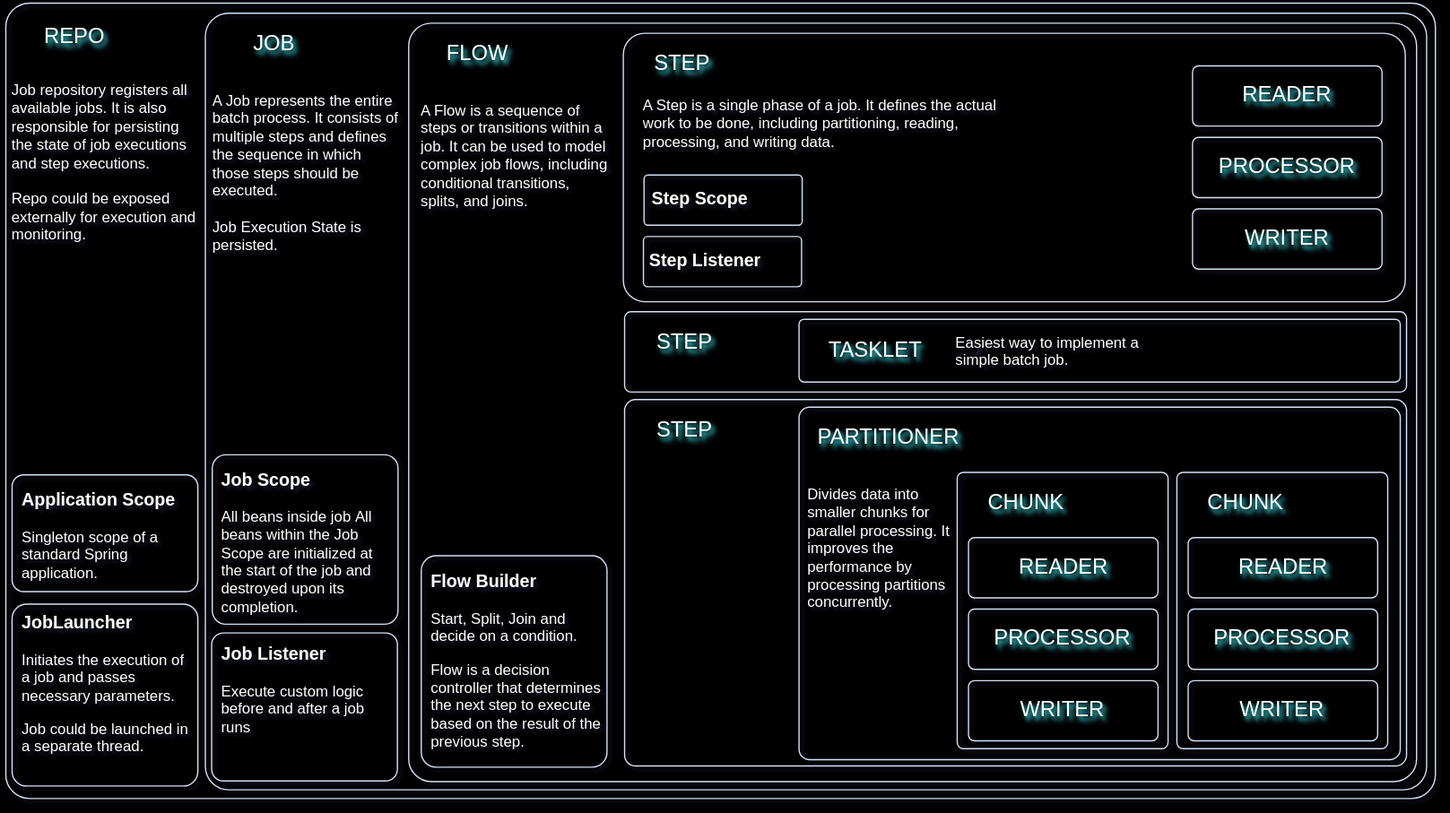
This is public/images/spring-batch-design.drawio.svg from gsaukov/spring-batch-demo, a draw.io export, as it was before one commit. Source tidied: cells renumbered, new cells last; positions are measured from the earlier drawing's top-left corner, leaving out a move shared by most shapes.
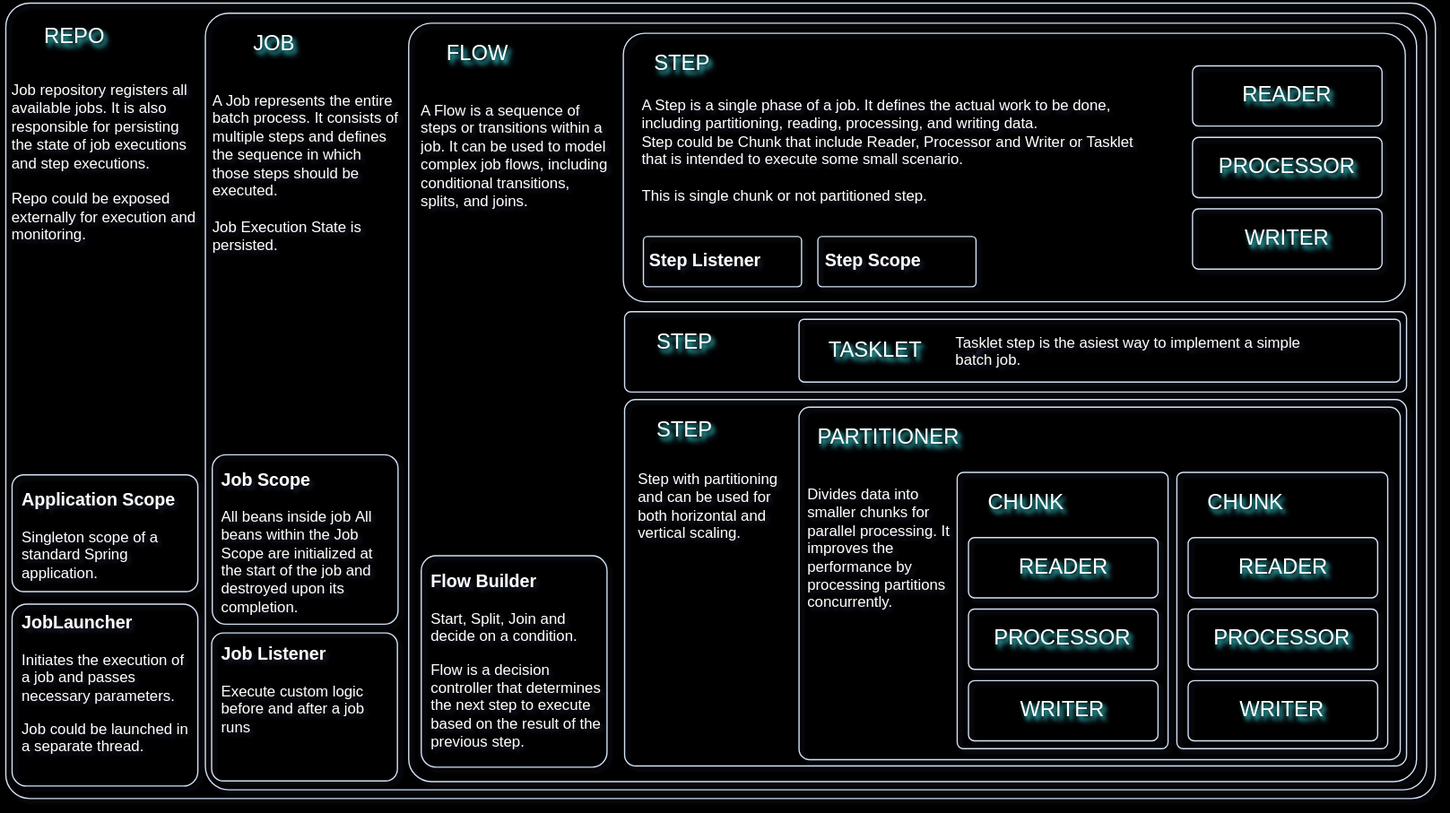
Later version of the same file.

The edit, as a diff of the source:
```diff
@@ -2,6 +2,9 @@
   <root>
     <mxCell id="0" />
     <mxCell id="1" parent="0" />
+    <mxCell id="54" style="rounded=1;whiteSpace=wrap;html=1;shadow=0;arcSize=8;fillColor=none;glass=0;perimeterSpacing=0;labelBorderColor=none;shadowOffsetX=2;shadowOpacity=80;shadowColor=#33FFFF;strokeColor=#D4E1F5;strokeWidth=1;shadowBlur=1;" parent="1" vertex="1">
+      <mxGeometry x="492" y="24" width="623" height="214" as="geometry" />
+    </mxCell>
     <mxCell id="2" style="rounded=1;whiteSpace=wrap;html=1;shadow=0;arcSize=3;fillColor=none;glass=0;perimeterSpacing=0;labelBorderColor=none;shadowOffsetX=2;shadowOpacity=80;shadowColor=#33FFFF;strokeColor=#D4E1F5;strokeWidth=1;shadowBlur=1;shadowOffsetY=2;" parent="1" vertex="1">
       <mxGeometry width="1139" height="634" as="geometry" />
     </mxCell>
@@ -77,8 +80,8 @@
     <mxCell id="26" value="TASKLET" style="text;html=1;strokeColor=none;fillColor=none;align=center;verticalAlign=middle;whiteSpace=wrap;rounded=0;shadow=1;sketch=0;shadowColor=#33FFFF;textShadow=1;fontColor=#FFFFFF;shadowOpacity=80;fontSize=17;" parent="21" vertex="1">
       <mxGeometry x="146.5" y="6" width="119.5" height="50" as="geometry" />
     </mxCell>
-    <mxCell id="27" value="&lt;p style=&quot;margin-top: 0px; margin-bottom: 0px;&quot;&gt;Easiest way to implement a simple batch job.&lt;/p&gt;" style="text;html=1;whiteSpace=wrap;overflow=hidden;rounded=0;fontColor=#FFFFFF;spacing=0;" parent="21" vertex="1">
-      <mxGeometry x="270.5" y="13" width="156.5" height="43" as="geometry" />
+    <mxCell id="27" value="&lt;p style=&quot;margin-top: 0px; margin-bottom: 0px;&quot;&gt;Tasklet step is the asiest way to implement a simple batch job.&lt;/p&gt;" style="text;html=1;whiteSpace=wrap;overflow=hidden;rounded=0;fontColor=#FFFFFF;spacing=0;" parent="21" vertex="1">
+      <mxGeometry x="270.5" y="13" width="276.5" height="43" as="geometry" />
     </mxCell>
     <mxCell id="28" style="rounded=1;whiteSpace=wrap;html=1;shadow=0;arcSize=3;fillColor=none;glass=0;perimeterSpacing=0;labelBorderColor=none;shadowOffsetX=2;shadowOpacity=80;shadowColor=#33FFFF;strokeColor=#D4E1F5;strokeWidth=1;shadowBlur=1;" parent="1" vertex="1">
       <mxGeometry x="632" y="322" width="479" height="281" as="geometry" />
@@ -144,10 +147,10 @@
       <mxGeometry x="639" y="380" width="117" height="152" as="geometry" />
     </mxCell>
     <mxCell id="49" style="rounded=1;whiteSpace=wrap;html=1;shadow=0;arcSize=8;fillColor=none;glass=0;perimeterSpacing=0;labelBorderColor=none;shadowOffsetX=2;shadowOpacity=80;shadowColor=#33FFFF;strokeColor=#D4E1F5;strokeWidth=1;shadowBlur=1;" parent="1" vertex="1">
-      <mxGeometry x="508.5" y="137" width="126" height="40" as="geometry" />
+      <mxGeometry x="647" y="186" width="126" height="40" as="geometry" />
     </mxCell>
     <mxCell id="50" value="&lt;h3 style=&quot;margin-top: 0px;&quot;&gt;Step Scope&lt;/h3&gt;" style="text;html=1;whiteSpace=wrap;overflow=hidden;rounded=0;fontColor=#FFFFFF;" parent="1" vertex="1">
-      <mxGeometry x="512.5" y="141" width="113" height="32" as="geometry" />
+      <mxGeometry x="651" y="190" width="113" height="32" as="geometry" />
     </mxCell>
     <mxCell id="51" value="&lt;h3 style=&quot;margin-top: 0px;&quot;&gt;Step Listener&lt;/h3&gt;" style="text;html=1;whiteSpace=wrap;overflow=hidden;rounded=0;fontColor=#FFFFFF;" parent="1" vertex="1">
       <mxGeometry x="510.8" y="190" width="113" height="32" as="geometry" />
@@ -155,12 +158,9 @@
     <mxCell id="52" style="rounded=1;whiteSpace=wrap;html=1;shadow=0;arcSize=8;fillColor=none;glass=0;perimeterSpacing=0;labelBorderColor=none;shadowOffsetX=2;shadowOpacity=80;shadowColor=#33FFFF;strokeColor=#D4E1F5;strokeWidth=1;shadowBlur=1;" parent="1" vertex="1">
       <mxGeometry x="508" y="186" width="126" height="40" as="geometry" />
     </mxCell>
-    <mxCell id="53" value="&lt;p style=&quot;margin-top: 0px; margin-bottom: 0px;&quot;&gt;A Step is a single phase of a job. It defines the actual work to be done, including partitioning, reading, processing, and writing data.&lt;/p&gt;&lt;div&gt;&lt;br&gt;&lt;/div&gt;" style="text;html=1;whiteSpace=wrap;overflow=hidden;rounded=0;fontColor=#FFFFFF;spacing=0;" parent="1" vertex="1">
-      <mxGeometry x="508" y="70" width="288.5" height="85" as="geometry" />
+    <mxCell id="53" value="&lt;p style=&quot;margin-top: 0px; margin-bottom: 0px;&quot;&gt;A Step is a single phase of a job. It defines the actual work to be done, including partitioning, reading, processing, and writing data.&lt;/p&gt;&lt;p style=&quot;margin-top: 0px; margin-bottom: 0px;&quot;&gt;&lt;span style=&quot;background-color: initial;&quot;&gt;Step could be Chunk that include Reader, Processor and Writer or Tasklet that is intended to execute some small scenario.&lt;/span&gt;&lt;br&gt;&lt;/p&gt;&lt;p style=&quot;margin-top: 0px; margin-bottom: 0px;&quot;&gt;&lt;span style=&quot;background-color: initial;&quot;&gt;&lt;br&gt;&lt;/span&gt;&lt;/p&gt;&lt;div&gt;This is single chunk or not partitioned step.&lt;/div&gt;" style="text;html=1;whiteSpace=wrap;overflow=hidden;rounded=0;fontColor=#FFFFFF;spacing=0;" parent="1" vertex="1">
+      <mxGeometry x="507" y="70" width="411" height="112" as="geometry" />
     </mxCell>
-    <mxCell id="54" style="rounded=1;whiteSpace=wrap;html=1;shadow=0;arcSize=8;fillColor=none;glass=0;perimeterSpacing=0;labelBorderColor=none;shadowOffsetX=2;shadowOpacity=80;shadowColor=#33FFFF;strokeColor=#D4E1F5;strokeWidth=1;shadowBlur=1;" parent="1" vertex="1">
-      <mxGeometry x="492" y="24" width="623" height="214" as="geometry" />
-    </mxCell>
     <mxCell id="55" value="STEP" style="text;html=1;strokeColor=none;fillColor=none;align=center;verticalAlign=middle;whiteSpace=wrap;rounded=0;shadow=1;sketch=0;shadowColor=#33FFFF;textShadow=1;fontColor=#FFFFFF;shadowOpacity=80;fontSize=17;" parent="1" vertex="1">
       <mxGeometry x="484" y="24" width="110" height="50" as="geometry" />
     </mxCell>
@@ -182,5 +182,8 @@
     <mxCell id="61" value="WRITER" style="text;html=1;strokeColor=none;fillColor=none;align=center;verticalAlign=middle;whiteSpace=wrap;rounded=0;shadow=1;sketch=0;shadowColor=#33FFFF;textShadow=1;fontColor=#FFFFFF;shadowOpacity=80;fontSize=17;" parent="1" vertex="1">
       <mxGeometry x="965.5" y="163" width="110" height="50" as="geometry" />
     </mxCell>
+    <mxCell id="62" value="&lt;p style=&quot;margin-top: 0px; margin-bottom: 0px;&quot;&gt;Step with partitioning and can be used for both horizontal and vertical scaling.&lt;/p&gt;" style="text;html=1;whiteSpace=wrap;overflow=hidden;rounded=0;fontColor=#FFFFFF;spacing=0;" parent="1" vertex="1">
+      <mxGeometry x="504" y="368" width="113" height="190" as="geometry" />
+    </mxCell>
   </root>
 </mxGraphModel>
```
